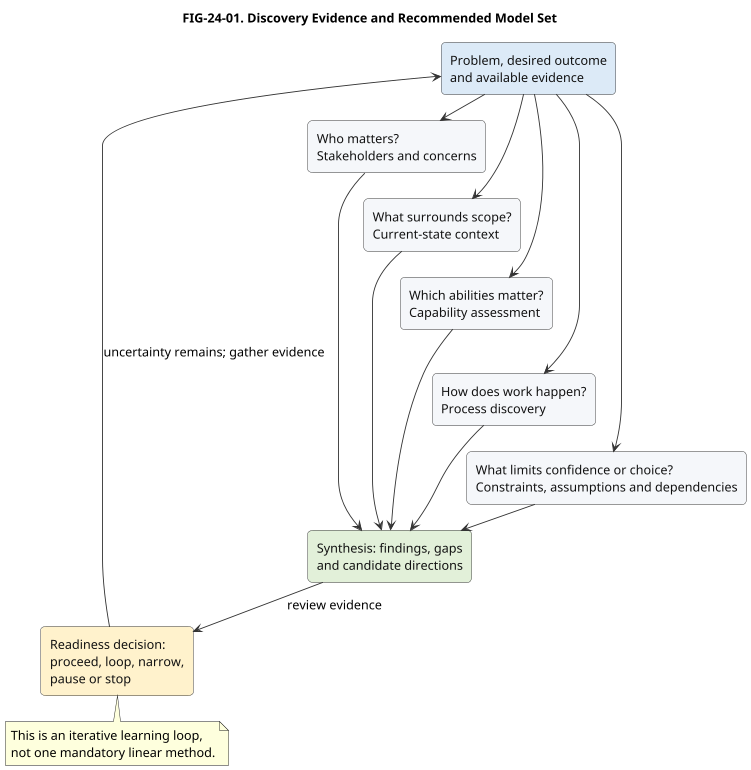
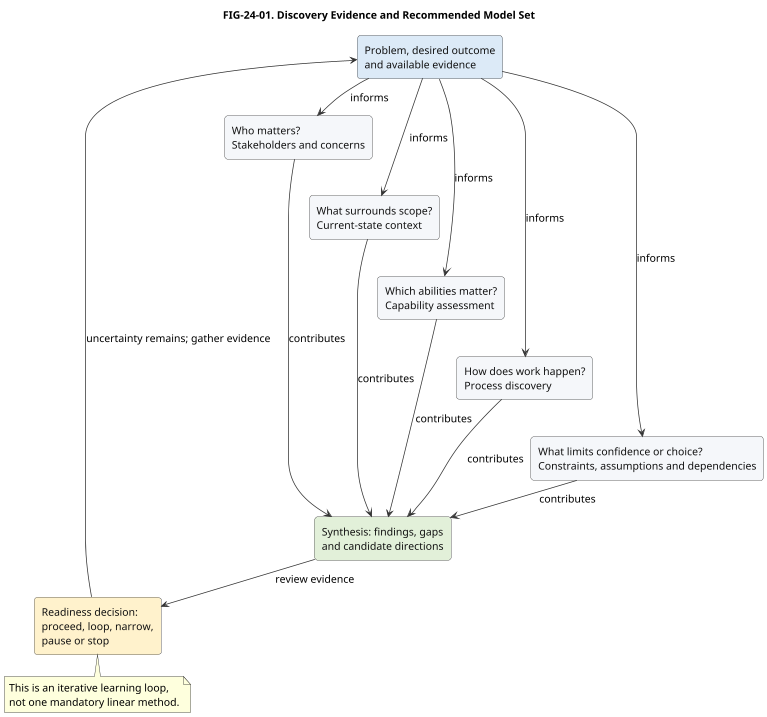
@startuml
- scale 0.9
+ scale 0.75
title FIG-24-01. Discovery Evidence and Recommended Model Set
skinparam backgroundColor #FFFFFF
skinparam defaultFontName Arial
skinparam defaultFontSize 14
skinparam shadowing false
skinparam ArrowColor #333333
skinparam rectangle {
  BackgroundColor #F5F7FA
  BorderColor #333333
  FontColor #111111
  RoundCorner 10
}
top to bottom direction
skinparam nodesep 18
skinparam ranksep 28
rectangle "Problem, desired outcome\nand available evidence" as Start #DCEAF7
rectangle "Who matters?\nStakeholders and concerns" as Stake
rectangle "What surrounds scope?\nCurrent-state context" as Context
rectangle "Which abilities matter?\nCapability assessment" as Cap
rectangle "How does work happen?\nProcess discovery" as Process
rectangle "What limits confidence or choice?\nConstraints, assumptions and dependencies" as Limits
rectangle "Synthesis: findings, gaps\nand candidate directions" as Synth #E2F0D9
rectangle "Readiness decision:\nproceed, loop, narrow,\npause or stop" as Gate #FFF2CC
- Start -down-> Stake
- Start -down-> Context
- Start -down-> Cap
- Start -down-> Process
- Start -down-> Limits
+ Start -down-> Stake : informs
+ Start -down-> Context : informs
+ Start -down-> Cap : informs
+ Start -down-> Process : informs
+ Start -down-> Limits : informs
Stake -[hidden]down-> Context
Context -[hidden]down-> Cap
Cap -[hidden]down-> Process
Process -[hidden]down-> Limits
- Stake -down-> Synth
- Context -down-> Synth
- Cap -down-> Synth
- Process -down-> Synth
- Limits -down-> Synth
+ Stake -down-> Synth : contributes
+ Context -down-> Synth : contributes
+ Cap -down-> Synth : contributes
+ Process -down-> Synth : contributes
+ Limits -down-> Synth : contributes
Synth -down-> Gate : review evidence
Gate -left-> Start : uncertainty remains; gather evidence
note bottom of Gate
  This is an iterative learning loop,
  not one mandatory linear method.
end note
@enduml
